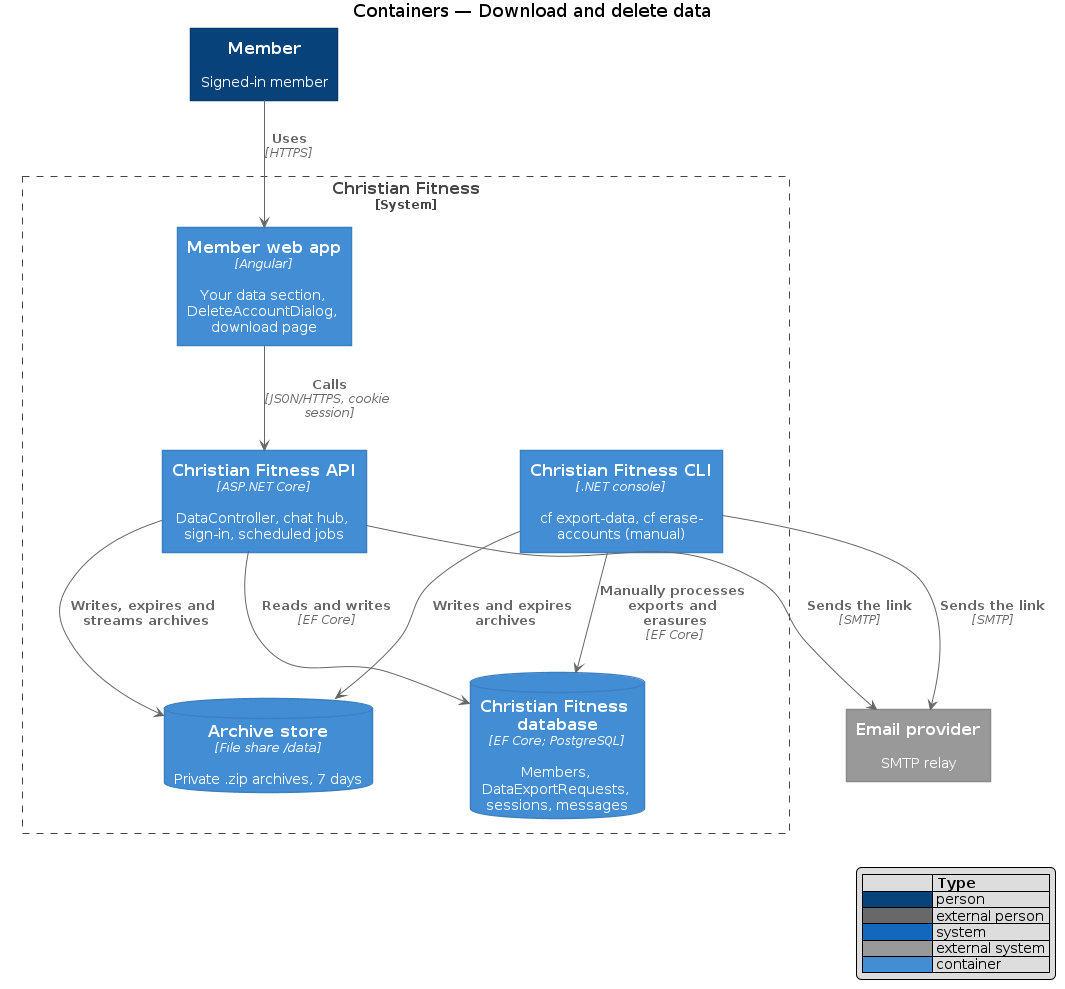
This is docs/detailed-designs/preferences/download-and-delete-data/diagrams/c4-container.png from QuinntyneBrown/christian-fitness, a PlantUML export, as it was before one commit. Its source is kept beside it as docs/detailed-designs/preferences/download-and-delete-data/diagrams/c4-container.puml. Its diagram source:
```plantuml
@startuml
!include <C4/C4_Container>
LAYOUT_WITH_LEGEND()
title Containers — Download and delete data

Person(member, "Member", "Signed-in member")
System_Boundary(cf, "Christian Fitness") {
  Container(web, "Member web app", "Angular", "Your data section, DeleteAccountDialog, download page")
  Container(api, "Christian Fitness API", "ASP.NET Core", "DataController, chat hub, sign-in, scheduled jobs")
  Container(cli, "Christian Fitness CLI", ".NET console", "cf export-data, cf erase-accounts (manual)")
  ContainerDb(db, "Christian Fitness database", "EF Core; PostgreSQL", "Members, DataExportRequests, sessions, messages")
  ContainerDb(files, "Archive store", "File share /data", "Private .zip archives, 7 days")
}
System_Ext(mail, "Email provider", "SMTP relay")
Rel(member, web, "Uses", "HTTPS")
Rel(web, api, "Calls", "JSON/HTTPS, cookie session")
Rel(api, db, "Reads and writes", "EF Core")
Rel(api, files, "Writes, expires and streams archives")
Rel(api, mail, "Sends the link", "SMTP")
Rel(cli, db, "Manually processes exports and erasures", "EF Core")
Rel(cli, files, "Writes and expires archives")
Rel(cli, mail, "Sends the link", "SMTP")
@enduml
```
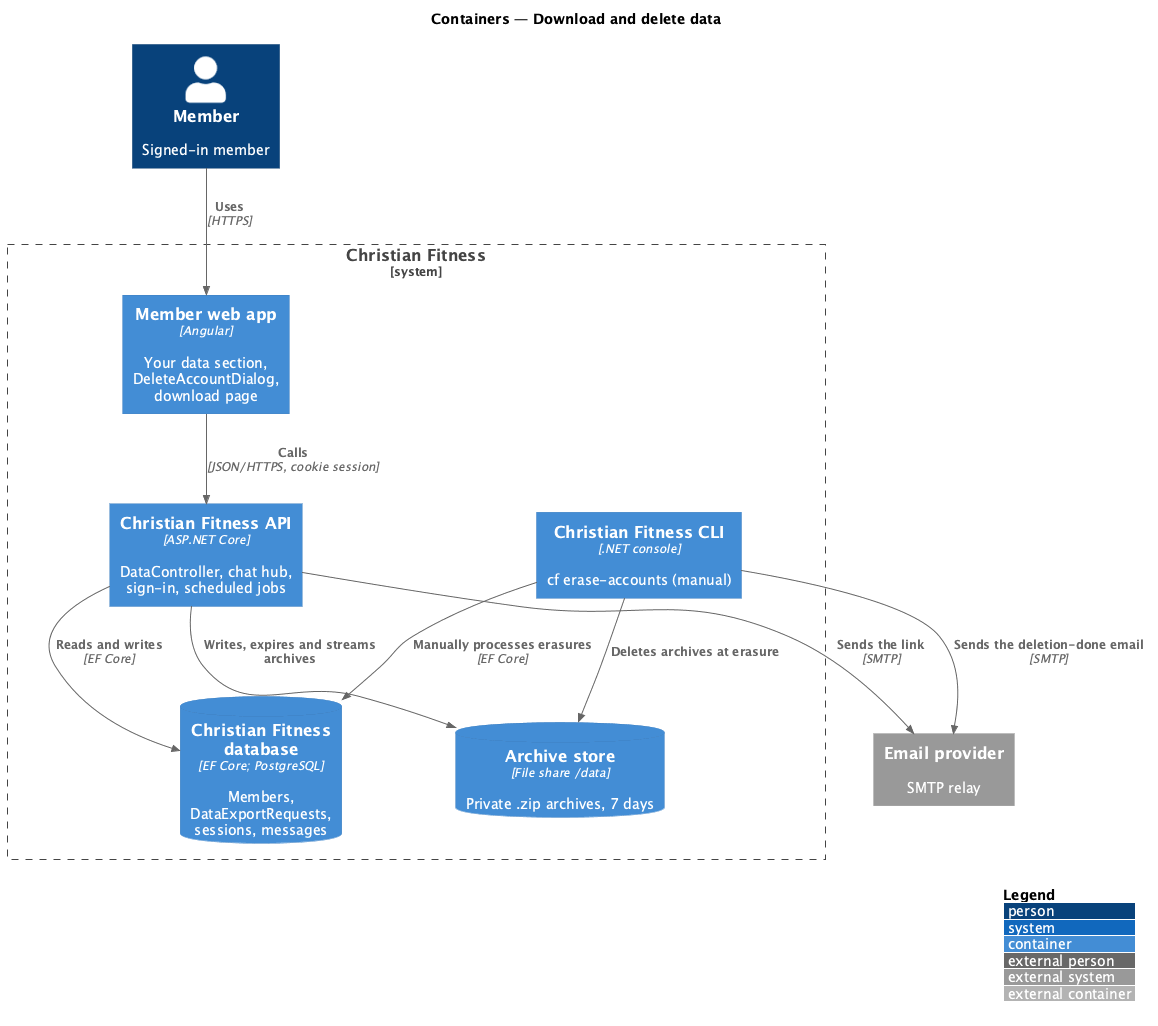
After the commit.

What changed in the source:
```diff
@@ -7,7 +7,7 @@
 System_Boundary(cf, "Christian Fitness") {
   Container(web, "Member web app", "Angular", "Your data section, DeleteAccountDialog, download page")
   Container(api, "Christian Fitness API", "ASP.NET Core", "DataController, chat hub, sign-in, scheduled jobs")
-  Container(cli, "Christian Fitness CLI", ".NET console", "cf export-data, cf erase-accounts (manual)")
+  Container(cli, "Christian Fitness CLI", ".NET console", "cf erase-accounts (manual)")
   ContainerDb(db, "Christian Fitness database", "EF Core; PostgreSQL", "Members, DataExportRequests, sessions, messages")
   ContainerDb(files, "Archive store", "File share /data", "Private .zip archives, 7 days")
 }
@@ -17,7 +17,7 @@
 Rel(api, db, "Reads and writes", "EF Core")
 Rel(api, files, "Writes, expires and streams archives")
 Rel(api, mail, "Sends the link", "SMTP")
-Rel(cli, db, "Manually processes exports and erasures", "EF Core")
-Rel(cli, files, "Writes and expires archives")
-Rel(cli, mail, "Sends the link", "SMTP")
+Rel(cli, db, "Manually processes erasures", "EF Core")
+Rel(cli, files, "Deletes archives at erasure")
+Rel(cli, mail, "Sends the deletion-done email", "SMTP")
 @enduml
```
